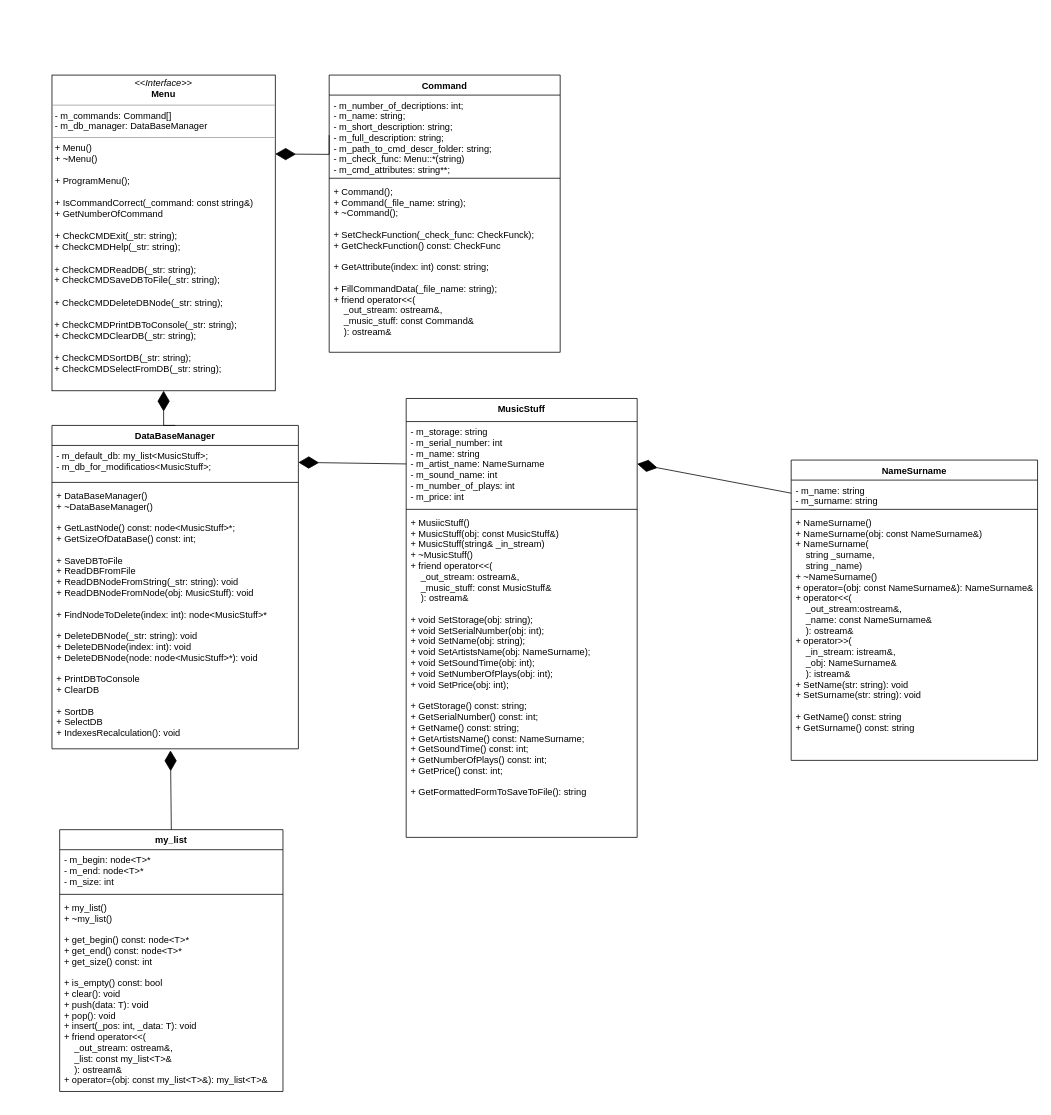
Above: task/Class_Diagram.drawio in AKTOETO/SUBD_kursovaya-2022 (draw.io), before the change. Source tidied: cells renumbered, new cells numbered last; positions are measured from the earlier drawing's top-left corner, leaving out a move shared by most shapes. Both pictures are drawn from the tidied source at 77%, with x=0, y=0 at pixel (52, 75).
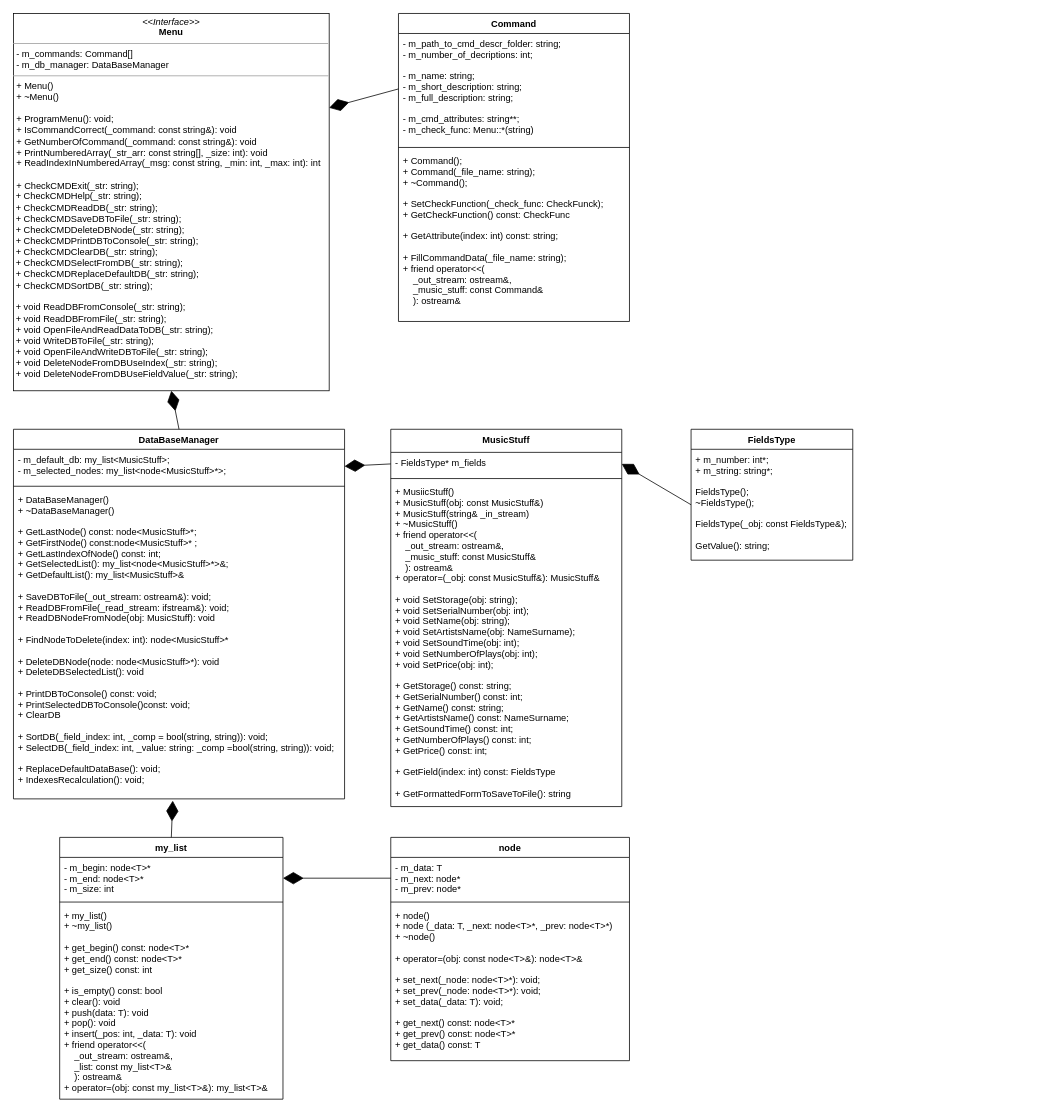
The same page after the edit.

Unchanged cells that the change refers to:
```xml
<mxCell id="17" value="- m_begin: node&lt;T&gt;*&#10;- m_end: node&lt;T&gt;*&#10;- m_size: int" style="text;strokeColor=none;fillColor=none;align=left;verticalAlign=top;spacingLeft=4;spacingRight=4;overflow=hidden;points=[[0,0.5],[1,0.5]];portConstraint=eastwest;" parent="16" vertex="1">
  <mxGeometry y="26" width="290" height="54" as="geometry" />
</mxCell>
```

Diff of the diagram source:
```diff
@@
     <mxCell id="2" value="MusicStuff" style="swimlane;fontStyle=1;align=center;verticalAlign=top;horizontal=1;startSize=30;" parent="1" vertex="1">
-      <mxGeometry x="460" y="420" width="300" height="570" as="geometry" />
+      <mxGeometry x="440" y="460" width="300" height="490" as="geometry" />
     </mxCell>
-    <mxCell id="3" value="- m_storage: string&#10;- m_serial_number: int&#10;- m_name: string&#10;- m_artist_name: NameSurname &#10;- m_sound_name: int&#10;- m_number_of_plays: int&#10;- m_price: int&#10; " style="text;strokeColor=none;fillColor=none;align=left;verticalAlign=top;spacingLeft=4;spacingRight=4;overflow=hidden;points=[[0,0.5],[1,0.5]];portConstraint=eastwest;" parent="2" vertex="1">
-      <mxGeometry y="30" width="300" height="110" as="geometry" />
+    <mxCell id="3" value="- FieldsType* m_fields&#10; " style="text;strokeColor=none;fillColor=none;align=left;verticalAlign=top;spacingLeft=4;spacingRight=4;overflow=hidden;points=[[0,0.5],[1,0.5]];portConstraint=eastwest;" parent="2" vertex="1">
+      <mxGeometry y="30" width="300" height="30" as="geometry" />
     </mxCell>
     <mxCell id="4" style="line;strokeWidth=1;fillColor=none;align=left;verticalAlign=middle;spacingTop=-1;spacingLeft=3;spacingRight=3;labelPosition=right;" parent="2" vertex="1">
-      <mxGeometry y="140" width="300" height="8" as="geometry" />
+      <mxGeometry y="60" width="300" height="8" as="geometry" />
     </mxCell>
-    <mxCell id="5" value="+ MusiicStuff()&#10;+ MusicStuff(obj: const MusicStuff&amp;)&#10;+ MusicStuff(string&amp; _in_stream)&#10;+ ~MusicStuff()&#10;+ friend operator&lt;&lt;(&#10;    _out_stream: ostream&amp;,&#10;    _music_stuff: const MusicStuff&amp; &#10;    ): ostream&amp;&#10;&#10;+ void SetStorage(obj: string);&#10;+ void SetSerialNumber(obj: int);&#10;+ void SetName(obj: string);&#10;+ void SetArtistsName(obj: NameSurname);&#10;+ void SetSoundTime(obj: int);&#10;+ void SetNumberOfPlays(obj: int);&#10;+ void SetPrice(obj: int);&#10;&#10;+ GetStorage() const: string;&#10;+ GetSerialNumber() const: int;&#10;+ GetName() const: string;&#10;+ GetArtistsName() const: NameSurname;&#10;+ GetSoundTime() const: int;&#10;+ GetNumberOfPlays() const: int;&#10;+ GetPrice() const: int;&#10;&#10;+ GetFormattedFormToSaveToFile(): string" style="text;strokeColor=none;fillColor=none;align=left;verticalAlign=top;spacingLeft=4;spacingRight=4;overflow=hidden;" parent="2" vertex="1">
-      <mxGeometry y="148" width="300" height="422" as="geometry" />
+    <mxCell id="5" value="+ MusiicStuff()&#10;+ MusicStuff(obj: const MusicStuff&amp;)&#10;+ MusicStuff(string&amp; _in_stream)&#10;+ ~MusicStuff()&#10;+ friend operator&lt;&lt;(&#10;    _out_stream: ostream&amp;,&#10;    _music_stuff: const MusicStuff&amp; &#10;    ): ostream&amp;&#10;+ operator=(_obj: const MusicStuff&amp;): MusicStuff&amp;&#10;&#10;+ void SetStorage(obj: string);&#10;+ void SetSerialNumber(obj: int);&#10;+ void SetName(obj: string);&#10;+ void SetArtistsName(obj: NameSurname);&#10;+ void SetSoundTime(obj: int);&#10;+ void SetNumberOfPlays(obj: int);&#10;+ void SetPrice(obj: int);&#10;&#10;+ GetStorage() const: string;&#10;+ GetSerialNumber() const: int;&#10;+ GetName() const: string;&#10;+ GetArtistsName() const: NameSurname;&#10;+ GetSoundTime() const: int;&#10;+ GetNumberOfPlays() const: int;&#10;+ GetPrice() const: int;&#10;&#10;+ GetField(index: int) const: FieldsType&#10;&#10;+ GetFormattedFormToSaveToFile(): string" style="text;strokeColor=none;fillColor=none;align=left;verticalAlign=top;spacingLeft=4;spacingRight=4;overflow=hidden;" parent="2" vertex="1">
+      <mxGeometry y="68" width="300" height="422" as="geometry" />
     </mxCell>
-    <mxCell id="6" value="NameSurname" style="swimlane;fontStyle=1;align=center;verticalAlign=top;horizontal=1;startSize=26;" parent="1" vertex="1">
-      <mxGeometry x="960" y="500" width="320" height="390" as="geometry" />
-    </mxCell>
-    <mxCell id="7" value="- m_name: string&#10;- m_surname: string " style="text;strokeColor=none;fillColor=none;align=left;verticalAlign=top;spacingLeft=4;spacingRight=4;overflow=hidden;points=[[0,0.5],[1,0.5]];portConstraint=eastwest;" parent="6" vertex="1">
-      <mxGeometry y="26" width="320" height="34" as="geometry" />
-    </mxCell>
-    <mxCell id="8" style="line;strokeWidth=1;fillColor=none;align=left;verticalAlign=middle;spacingTop=-1;spacingLeft=3;spacingRight=3;labelPosition=right;" parent="6" vertex="1">
-      <mxGeometry y="60" width="320" height="8" as="geometry" />
-    </mxCell>
-    <mxCell id="9" value="+ NameSurname()&#10;+ NameSurname(obj: const NameSurname&amp;)&#10;+ NameSurname(&#10;    string _surname,&#10;    string _name)&#10;+ ~NameSurname()&#10;+ operator=(obj: const NameSurname&amp;): NameSurname&amp;&#10;+ operator&lt;&lt;(&#10;    _out_stream:ostream&amp;,&#10;    _name: const NameSurname&amp;&#10;    ): ostream&amp;&#10;+ operator&gt;&gt;(&#10;    _in_stream: istream&amp;,&#10;    _obj: NameSurname&amp;&#10;    ): istream&amp; &#10;+ SetName(str: string): void&#10;+ SetSurname(str: string): void&#10;&#10;+ GetName() const: string&#10;+ GetSurname() const: string" style="text;strokeColor=none;fillColor=none;align=left;verticalAlign=top;spacingLeft=4;spacingRight=4;overflow=hidden;" parent="6" vertex="1">
-      <mxGeometry y="68" width="320" height="322" as="geometry" />
-    </mxCell>
-    <mxCell id="10" style="endArrow=diamondThin;endFill=1;endSize=24;html=1;rounded=0;entryX=1;entryY=0.5;entryDx=0;entryDy=0;exitX=0;exitY=0.5;exitDx=0;exitDy=0;" parent="1" edge="1" source="7" target="3">
+    <mxCell id="10" style="endArrow=diamondThin;endFill=1;endSize=24;html=1;rounded=0;entryX=1;entryY=0.5;entryDx=0;entryDy=0;exitX=0;exitY=0.5;exitDx=0;exitDy=0;" parent="1" edge="1" source="29" target="3">
       <mxGeometry relative="1" as="geometry" />
     </mxCell>
     <mxCell id="11" value="DataBaseManager" style="swimlane;fontStyle=1;align=center;verticalAlign=top;horizontal=1;startSize=26;" parent="1" vertex="1">
-      <mxGeometry y="455" width="320" height="420" as="geometry" />
+      <mxGeometry x="-50" y="460" width="430" height="480" as="geometry" />
     </mxCell>
-    <mxCell id="12" value="- m_default_db: my_list&lt;MusicStuff&gt;;&#10;- m_db_for_modificatios&lt;MusicStuff&gt;;" style="text;strokeColor=none;fillColor=none;align=left;verticalAlign=top;spacingLeft=4;spacingRight=4;overflow=hidden;points=[[0,0.5],[1,0.5]];portConstraint=eastwest;" parent="11" vertex="1">
-      <mxGeometry y="26" width="320" height="44" as="geometry" />
+    <mxCell id="12" value="- m_default_db: my_list&lt;MusicStuff&gt;;&#10;- m_selected_nodes: my_list&lt;node&lt;MusicStuff&gt;*&gt;;" style="text;strokeColor=none;fillColor=none;align=left;verticalAlign=top;spacingLeft=4;spacingRight=4;overflow=hidden;points=[[0,0.5],[1,0.5]];portConstraint=eastwest;" parent="11" vertex="1">
+      <mxGeometry y="26" width="430" height="44" as="geometry" />
     </mxCell>
     <mxCell id="13" style="line;strokeWidth=1;fillColor=none;align=left;verticalAlign=middle;spacingTop=-1;spacingLeft=3;spacingRight=3;labelPosition=right;" parent="11" vertex="1">
-      <mxGeometry y="70" width="320" height="8" as="geometry" />
+      <mxGeometry y="70" width="430" height="8" as="geometry" />
     </mxCell>
-    <mxCell id="14" value="+ DataBaseManager()&#10;+ ~DataBaseManager()&#10;&#10;+ GetLastNode() const: node&lt;MusicStuff&gt;*;&#10;+ GetSizeOfDataBase() const: int;&#10;&#10;+ SaveDBToFile&#10;+ ReadDBFromFile&#10;+ ReadDBNodeFromString(_str: string): void&#10;+ ReadDBNodeFromNode(obj: MusicStuff): void&#10;&#10;+ FindNodeToDelete(index: int): node&lt;MusicStuff&gt;*&#10;&#10;+ DeleteDBNode(_str: string): void &#10;+ DeleteDBNode(index: int): void &#10;+ DeleteDBNode(node: node&lt;MusicStuff&gt;*): void &#10;&#10;+ PrintDBToConsole&#10;+ ClearDB&#10;&#10;+ SortDB&#10;+ SelectDB&#10;+ IndexesRecalculation(): void" style="text;strokeColor=none;fillColor=none;align=left;verticalAlign=top;spacingLeft=4;spacingRight=4;overflow=hidden;points=[[0,0.5],[1,0.5]];portConstraint=eastwest;" parent="11" vertex="1">
-      <mxGeometry y="78" width="320" height="342" as="geometry" />
+    <mxCell id="14" value="+ DataBaseManager()&#10;+ ~DataBaseManager()&#10;&#10;+ GetLastNode() const: node&lt;MusicStuff&gt;*;&#10;+ GetFirstNode() const:node&lt;MusicStuff&gt;* ;&#10;+ GetLastIndexOfNode() const: int;&#10;+ GetSelectedList(): my_list&lt;node&lt;MusicStuff&gt;*&gt;&amp;;&#10;+ GetDefaultList(): my_list&lt;MusicStuff&gt;&amp;&#10;&#10;+ SaveDBToFile(_out_stream: ostream&amp;): void;&#10;+ ReadDBFromFile(_read_stream: ifstream&amp;): void;&#10;+ ReadDBNodeFromNode(obj: MusicStuff): void&#10;&#10;+ FindNodeToDelete(index: int): node&lt;MusicStuff&gt;*&#10; &#10;+ DeleteDBNode(node: node&lt;MusicStuff&gt;*): void&#10;+ DeleteDBSelectedList(): void&#10; &#10;+ PrintDBToConsole() const: void;&#10;+ PrintSelectedDBToConsole()const: void;&#10;+ ClearDB&#10;&#10;+ SortDB(_field_index: int, _comp = bool(string, string)): void;&#10;+ SelectDB(_field_index: int, _value: string: _comp =bool(string, string)): void;&#10;&#10;+ ReplaceDefaultDataBase(): void;&#10;+ IndexesRecalculation(): void;" style="text;strokeColor=none;fillColor=none;align=left;verticalAlign=top;spacingLeft=4;spacingRight=4;overflow=hidden;points=[[0,0.5],[1,0.5]];portConstraint=eastwest;" parent="11" vertex="1">
+      <mxGeometry y="78" width="430" height="402" as="geometry" />
     </mxCell>
@@
     <mxCell id="16" value="my_list" style="swimlane;fontStyle=1;align=center;verticalAlign=top;horizontal=1;startSize=26;" parent="1" vertex="1">
-      <mxGeometry x="10" y="980" width="290" height="340" as="geometry" />
+      <mxGeometry x="10" y="990" width="290" height="340" as="geometry" />
     </mxCell>
@@
-    <mxCell id="21" value="&lt;p style=&quot;margin: 0px ; margin-top: 4px ; text-align: center&quot;&gt;&lt;i&gt;&amp;lt;&amp;lt;Interface&amp;gt;&amp;gt;&lt;/i&gt;&lt;br&gt;&lt;b&gt;Menu&lt;/b&gt;&lt;/p&gt;&lt;hr size=&quot;1&quot;&gt;&lt;p style=&quot;margin: 0px ; margin-left: 4px&quot;&gt;- m_commands: Command[]&lt;br&gt;- m_db_manager: DataBaseManager&lt;/p&gt;&lt;hr size=&quot;1&quot;&gt;&lt;p style=&quot;margin: 0px ; margin-left: 4px&quot;&gt;+ Menu()&lt;br&gt;+ ~Menu()&lt;/p&gt;&lt;p style=&quot;margin: 0px ; margin-left: 4px&quot;&gt;&lt;br&gt;&lt;/p&gt;&lt;p style=&quot;margin: 0px ; margin-left: 4px&quot;&gt;+ ProgramMenu();&lt;/p&gt;&lt;p style=&quot;margin: 0px ; margin-left: 4px&quot;&gt;&lt;br&gt;&lt;/p&gt;&lt;p style=&quot;margin: 0px ; margin-left: 4px&quot;&gt;+ IsCommandCorrect(_command: const string&amp;amp;)&lt;/p&gt;&lt;p style=&quot;margin: 0px ; margin-left: 4px&quot;&gt;+ GetNumberOfCommand&lt;/p&gt;&lt;p style=&quot;margin: 0px ; margin-left: 4px&quot;&gt;&lt;br&gt;&lt;/p&gt;&lt;p style=&quot;margin: 0px ; margin-left: 4px&quot;&gt;+ CheckCMDExit(_str: string);&lt;/p&gt;&amp;nbsp;+ CheckCMDHelp(_str: string);&lt;br&gt;&lt;br&gt;&amp;nbsp;+ CheckCMDReadDB(_str: string);&lt;br&gt;&amp;nbsp;+ CheckCMDSaveDBToFile(_str: string);&lt;br&gt;&lt;br&gt;&amp;nbsp;+ CheckCMDDeleteDBNode(_str: string);&lt;br&gt;&lt;br&gt;&amp;nbsp;+ CheckCMDPrintDBToConsole(_str: string);&lt;br&gt;&amp;nbsp;+ CheckCMDClearDB(_str: string);&lt;br&gt;&lt;br&gt;&amp;nbsp;+ CheckCMDSortDB(_str: string);&lt;br&gt;&amp;nbsp;+ CheckCMDSelectFromDB(_str: string);" style="verticalAlign=top;align=left;overflow=fill;fontSize=12;fontFamily=Helvetica;html=1;" parent="1" vertex="1">
-      <mxGeometry width="290" height="410" as="geometry" />
+    <mxCell id="21" value="&lt;p style=&quot;margin: 0px ; margin-top: 4px ; text-align: center&quot;&gt;&lt;i&gt;&amp;lt;&amp;lt;Interface&amp;gt;&amp;gt;&lt;/i&gt;&lt;br&gt;&lt;b&gt;Menu&lt;/b&gt;&lt;/p&gt;&lt;hr size=&quot;1&quot;&gt;&lt;p style=&quot;margin: 0px ; margin-left: 4px&quot;&gt;- m_commands: Command[]&lt;br&gt;- m_db_manager: DataBaseManager&lt;/p&gt;&lt;hr size=&quot;1&quot;&gt;&lt;p style=&quot;margin: 0px ; margin-left: 4px&quot;&gt;+ Menu()&lt;br&gt;+ ~Menu()&lt;/p&gt;&lt;p style=&quot;margin: 0px ; margin-left: 4px&quot;&gt;&lt;br&gt;&lt;/p&gt;&lt;p style=&quot;margin: 0px ; margin-left: 4px&quot;&gt;+ ProgramMenu(): void;&lt;/p&gt;&lt;p style=&quot;margin: 0px ; margin-left: 4px&quot;&gt;+ IsCommandCorrect(_command: const string&amp;amp;)&lt;span&gt;: void&lt;/span&gt;&lt;/p&gt;&lt;p style=&quot;margin: 0px ; margin-left: 4px&quot;&gt;+ GetNumberOfCommand&lt;span&gt;(_command: const string&amp;amp;): void&lt;/span&gt;&lt;/p&gt;&lt;p style=&quot;margin: 0px ; margin-left: 4px&quot;&gt;+ PrintNumberedArray(_str_arr: const string[], _size: int): void&lt;/p&gt;&lt;p style=&quot;margin: 0px ; margin-left: 4px&quot;&gt;+ ReadIndexInNumberedArray(_msg: const string, _min: int, _max: int): int&lt;/p&gt;&lt;p style=&quot;margin: 0px ; margin-left: 4px&quot;&gt;&lt;br&gt;&lt;/p&gt;&lt;p style=&quot;margin: 0px ; margin-left: 4px&quot;&gt;+ CheckCMDExit(_str: string);&lt;/p&gt;&amp;nbsp;+ CheckCMDHelp(_str: string);&lt;br&gt;&amp;nbsp;+ CheckCMDReadDB(_str: string);&lt;br&gt;&amp;nbsp;+ CheckCMDSaveDBToFile(_str: string);&lt;br&gt;&amp;nbsp;+ CheckCMDDeleteDBNode(_str: string);&lt;br&gt;&amp;nbsp;+ CheckCMDPrintDBToConsole(_str: string);&lt;br&gt;&amp;nbsp;+ CheckCMDClearDB(_str: string);&lt;br&gt;&amp;nbsp;+ CheckCMDSelectFromDB(_str: string);&lt;br&gt;&amp;nbsp;+&amp;nbsp;CheckCMDReplaceDefaultDB(_str: string);&lt;br&gt;&amp;nbsp;+ CheckCMDSortDB(_str: string);&lt;br&gt;&lt;br&gt;&lt;div&gt;&lt;span&gt;&lt;/span&gt;&amp;nbsp;+ void ReadDBFromConsole(_str:&amp;nbsp;&lt;span&gt;string);&lt;/span&gt;&lt;/div&gt;&lt;div&gt;&lt;span&gt;&lt;/span&gt;&amp;nbsp;+ void ReadDBFromFile(_str:&amp;nbsp;&lt;span&gt;string&lt;/span&gt;);&lt;/div&gt;&amp;nbsp;+&amp;nbsp;&lt;span&gt;void OpenFileAndReadDataToDB(&lt;/span&gt;_str:&amp;nbsp;&lt;span&gt;string&lt;/span&gt;&lt;span&gt;);&lt;/span&gt;&lt;br&gt;&amp;nbsp;+&amp;nbsp;&lt;span&gt;void WriteDBToFile(&lt;/span&gt;_str:&amp;nbsp;&lt;span&gt;string&lt;/span&gt;&lt;span&gt;);&lt;/span&gt;&lt;br&gt;&amp;nbsp;+&amp;nbsp;&lt;span&gt;void OpenFileAndWriteDBToFile(&lt;/span&gt;_str:&amp;nbsp;&lt;span&gt;string&lt;/span&gt;&lt;span&gt;);&lt;/span&gt;&lt;br&gt;&amp;nbsp;+&amp;nbsp;&lt;span&gt;void DeleteNodeFromDBUseIndex(&lt;/span&gt;_str:&amp;nbsp;&lt;span&gt;string&lt;/span&gt;&lt;span&gt;);&lt;/span&gt;&lt;br&gt;&amp;nbsp;+&amp;nbsp;&lt;span&gt;void DeleteNodeFromDBUseFieldValue(&lt;/span&gt;_str:&amp;nbsp;&lt;span&gt;string&lt;/span&gt;&lt;span&gt;);&lt;/span&gt;" style="verticalAlign=top;align=left;overflow=fill;fontSize=12;fontFamily=Helvetica;html=1;" parent="1" vertex="1">
+      <mxGeometry x="-50" y="-80" width="410" height="490" as="geometry" />
     </mxCell>
     <mxCell id="22" style="endArrow=diamondThin;endFill=1;endSize=24;html=1;rounded=0;exitX=0.5;exitY=0;exitDx=0;exitDy=0;entryX=0.5;entryY=1;entryDx=0;entryDy=0;" parent="1" edge="1" source="11" target="21">
-      <mxGeometry relative="1" as="geometry">
-        <Array as="points">
-          <mxPoint x="145" y="455" />
-        </Array>
-      </mxGeometry>
+      <mxGeometry relative="1" as="geometry" />
     </mxCell>
     <mxCell id="23" value="Command" style="swimlane;fontStyle=1;align=center;verticalAlign=top;horizontal=1;startSize=26;" parent="1" vertex="1">
-      <mxGeometry x="360" width="300" height="360" as="geometry" />
+      <mxGeometry x="450" y="-80" width="300" height="400" as="geometry" />
     </mxCell>
-    <mxCell id="24" value="- m_number_of_decriptions: int;&#10;- m_name: string;&#10;- m_short_description: string;&#10;- m_full_description: string;&#10;- m_path_to_cmd_descr_folder: string;&#10;- m_check_func: Menu::*(string)&#10;- m_cmd_attributes: string**;" style="text;strokeColor=none;fillColor=none;align=left;verticalAlign=top;spacingLeft=4;spacingRight=4;overflow=hidden;points=[[0,0.5],[1,0.5]];portConstraint=eastwest;fontStyle=0;" parent="23" vertex="1">
-      <mxGeometry y="26" width="300" height="104" as="geometry" />
+    <mxCell id="24" value="- m_path_to_cmd_descr_folder: string;&#10;- m_number_of_decriptions: int;&#10;&#10;- m_name: string;&#10;- m_short_description: string;&#10;- m_full_description: string;&#10;&#10;- m_cmd_attributes: string**;&#10;- m_check_func: Menu::*(string)&#10;" style="text;strokeColor=none;fillColor=none;align=left;verticalAlign=top;spacingLeft=4;spacingRight=4;overflow=hidden;points=[[0,0.5],[1,0.5]];portConstraint=eastwest;fontStyle=0;" parent="23" vertex="1">
+      <mxGeometry y="26" width="300" height="144" as="geometry" />
     </mxCell>
     <mxCell id="25" style="line;strokeWidth=1;fillColor=none;align=left;verticalAlign=middle;spacingTop=-1;spacingLeft=3;spacingRight=3;labelPosition=right;" parent="23" vertex="1">
-      <mxGeometry y="130" width="300" height="8" as="geometry" />
+      <mxGeometry y="170" width="300" height="8" as="geometry" />
     </mxCell>
     <mxCell id="26" value="+ Command();&#10;+ Command(_file_name: string);&#10;+ ~Command();&#10;&#10;+ SetCheckFunction(_check_func: CheckFunck);&#10;+ GetCheckFunction() const: CheckFunc&#10;&#10;+ GetAttribute(index: int) const: string;&#10;&#10;+ FillCommandData(_file_name: string);&#10;+ friend operator&lt;&lt;(&#10;    _out_stream: ostream&amp;,&#10;    _music_stuff: const Command&amp; &#10;    ): ostream&amp;&#10;" style="text;strokeColor=none;fillColor=none;align=left;verticalAlign=top;spacingLeft=4;spacingRight=4;overflow=hidden;" parent="23" vertex="1">
-      <mxGeometry y="138" width="300" height="222" as="geometry" />
+      <mxGeometry y="178" width="300" height="222" as="geometry" />
     </mxCell>
     <mxCell id="27" style="endArrow=diamondThin;endFill=1;endSize=24;html=1;rounded=0;exitX=0;exitY=0.5;exitDx=0;exitDy=0;entryX=1;entryY=0.25;entryDx=0;entryDy=0;" parent="1" edge="1" source="24" target="21">
-      <mxGeometry relative="1" as="geometry">
-        <Array as="points">
-          <mxPoint x="360" y="103" />
-        </Array>
-      </mxGeometry>
+      <mxGeometry relative="1" as="geometry" />
     </mxCell>
+    <mxCell id="28" value="FieldsType" style="swimlane;fontStyle=1;horizontal=1;startSize=26;fillColor=none;" parent="1" vertex="1">
+      <mxGeometry x="830" y="460" width="210" height="170" as="geometry" />
+    </mxCell>
+    <mxCell id="29" value="+ m_number: int*;&#10;+ m_string: string*;&#10;&#10;FieldsType();&#10;~FieldsType();&#10;&#10;FieldsType(_obj: const FieldsType&amp;);&#10;&#10;GetValue(): string;" style="text;strokeColor=none;fillColor=none;align=left;verticalAlign=top;spacingLeft=4;spacingRight=4;overflow=hidden;points=[[0,0.5],[1,0.5]];portConstraint=eastwest;" parent="28" vertex="1">
+      <mxGeometry y="26" width="210" height="144" as="geometry" />
+    </mxCell>
+    <mxCell id="30" value="node" style="swimlane;fontStyle=1;align=center;verticalAlign=top;horizontal=1;startSize=26;" parent="1" vertex="1">
+      <mxGeometry x="440" y="990" width="310" height="290" as="geometry" />
+    </mxCell>
+    <mxCell id="31" value="- m_data: T&#10;- m_next: node*&#10;- m_prev: node*" style="text;strokeColor=none;fillColor=none;align=left;verticalAlign=top;spacingLeft=4;spacingRight=4;overflow=hidden;points=[[0,0.5],[1,0.5]];portConstraint=eastwest;" parent="30" vertex="1">
+      <mxGeometry y="26" width="310" height="54" as="geometry" />
+    </mxCell>
+    <mxCell id="32" style="line;strokeWidth=1;fillColor=none;align=left;verticalAlign=middle;spacingTop=-1;spacingLeft=3;spacingRight=3;labelPosition=right;" parent="30" vertex="1">
+      <mxGeometry y="80" width="310" height="8" as="geometry" />
+    </mxCell>
+    <mxCell id="33" value="+ node()&#10;+ node (_data: T, _next: node&lt;T&gt;*, _prev: node&lt;T&gt;*)&#10;+ ~node()&#10;&#10;+ operator=(obj: const node&lt;T&gt;&amp;): node&lt;T&gt;&amp;&#10;&#10;+ set_next(_node: node&lt;T&gt;*): void;&#10;+ set_prev(_node: node&lt;T&gt;*): void;&#10;+ set_data(_data: T): void;&#10;&#10;+ get_next() const: node&lt;T&gt;*&#10;+ get_prev() const: node&lt;T&gt;*&#10;+ get_data() const: T&#10;&#10;" style="text;strokeColor=none;fillColor=none;align=left;verticalAlign=top;spacingLeft=4;spacingRight=4;overflow=hidden;" parent="30" vertex="1">
+      <mxGeometry y="88" width="310" height="202" as="geometry" />
+    </mxCell>
+    <mxCell id="34" style="endArrow=diamondThin;endFill=1;endSize=24;html=1;rounded=0;entryX=1;entryY=0.5;entryDx=0;entryDy=0;exitX=0;exitY=0.5;exitDx=0;exitDy=0;" parent="1" edge="1" source="31" target="17">
+      <mxGeometry relative="1" as="geometry" />
+    </mxCell>
```
